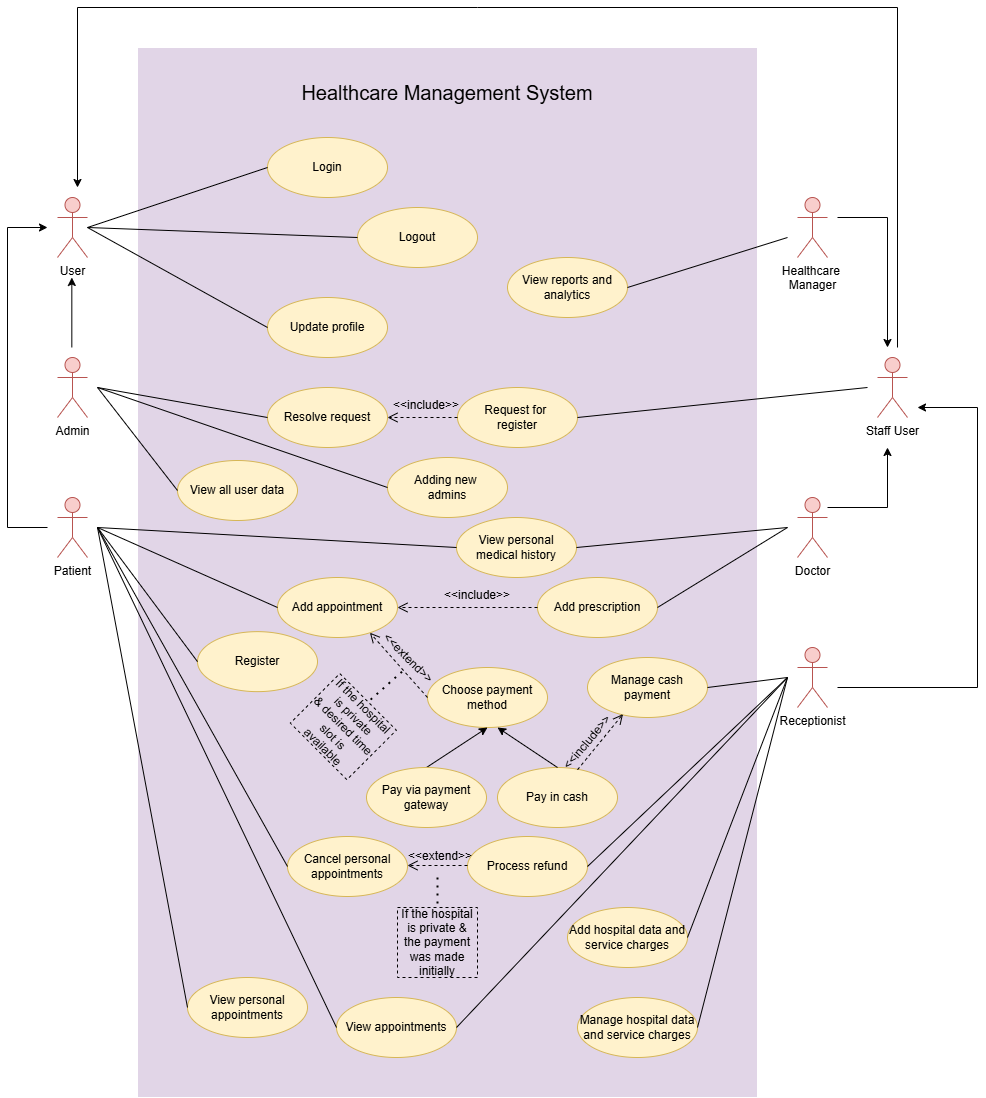
Above: docs/usecase-diagram/use-case-diagram.png in RadithSandeepa/healthcare-system (draw.io), before the change. Source tidied: cells renumbered, new cells last; positions are measured from the earlier drawing's top-left corner, leaving out a move shared by most shapes.
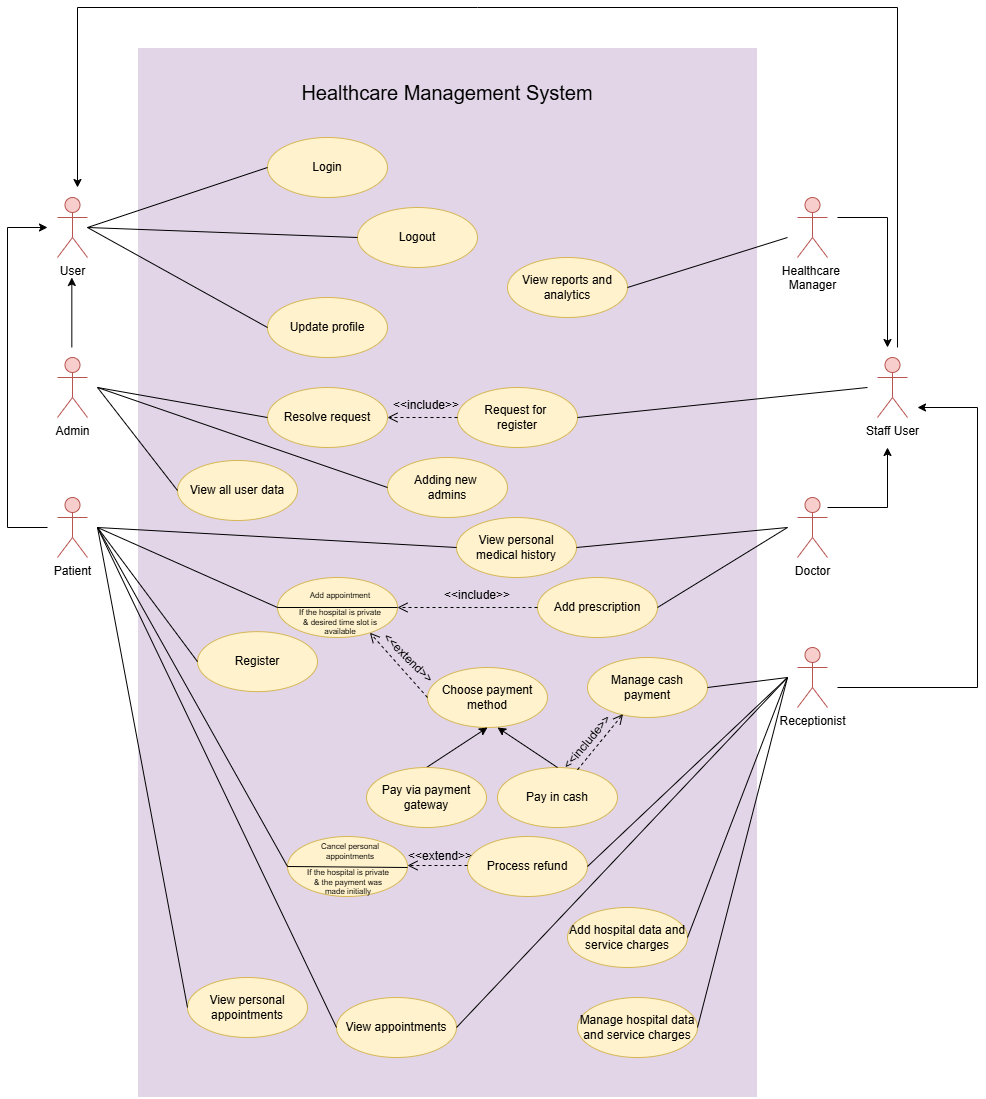
The same diagram one commit later.

Commit message:
Updated use-case-diagram

Diff of the diagram source:
```diff
@@ -150,10 +150,10 @@
         </Array>
       </mxGeometry>
     </mxCell>
-    <mxCell id="33" value="Add appointment" style="ellipse;whiteSpace=wrap;html=1;fillColor=#fff2cc;strokeColor=#d6b656;" parent="1" vertex="1">
+    <mxCell id="33" style="ellipse;whiteSpace=wrap;html=1;fillColor=#fff2cc;strokeColor=#d6b656;" parent="1" vertex="1">
       <mxGeometry x="270" y="570" width="120" height="60" as="geometry" />
     </mxCell>
-    <mxCell id="34" value="Cancel personal appointments" style="ellipse;whiteSpace=wrap;html=1;fillColor=#fff2cc;strokeColor=#d6b656;" parent="1" vertex="1">
+    <mxCell id="34" style="ellipse;whiteSpace=wrap;html=1;fillColor=#fff2cc;strokeColor=#d6b656;" parent="1" vertex="1">
       <mxGeometry x="280" y="829" width="120" height="60" as="geometry" />
     </mxCell>
     <mxCell id="35" value="View personal appointments" style="ellipse;whiteSpace=wrap;html=1;fillColor=#fff2cc;strokeColor=#d6b656;" parent="1" vertex="1">
@@ -279,12 +279,6 @@
     <mxCell id="67" style="html=1;verticalAlign=bottom;endArrow=open;dashed=1;endSize=8;curved=0;rounded=0;exitX=0.667;exitY=0.037;exitDx=0;exitDy=0;exitPerimeter=0;entryX=0.296;entryY=0.943;entryDx=0;entryDy=0;entryPerimeter=0;" parent="1" edge="1" source="62" target="64">
       <mxGeometry relative="1" as="geometry" />
     </mxCell>
-    <mxCell id="68" value="If the hospital is private &amp;amp;&amp;nbsp;desired time slot is available" style="text;html=1;align=center;verticalAlign=middle;whiteSpace=wrap;rounded=0;strokeColor=default;dashed=1;rotation=45;" parent="1" vertex="1">
-      <mxGeometry x="295.9" y="684.1" width="80" height="70" as="geometry" />
-    </mxCell>
-    <mxCell id="69" style="endArrow=none;dashed=1;html=1;dashPattern=1 3;strokeWidth=2;rounded=0;exitX=0.595;exitY=0.964;exitDx=0;exitDy=0;exitPerimeter=0;entryX=0.5;entryY=0;entryDx=0;entryDy=0;" parent="1" edge="1" source="59" target="68">
-      <mxGeometry relative="1" as="geometry" />
-    </mxCell>
     <mxCell id="70" value="Process refund" style="ellipse;whiteSpace=wrap;html=1;fillColor=#fff2cc;strokeColor=#d6b656;" parent="1" vertex="1">
       <mxGeometry x="460" y="829" width="120" height="60" as="geometry" />
     </mxCell>
@@ -302,13 +296,27 @@
         <mxPoint x="400" y="858" as="targetPoint" />
       </mxGeometry>
     </mxCell>
-    <mxCell id="74" style="endArrow=none;dashed=1;html=1;dashPattern=1 3;strokeWidth=2;rounded=0;entryX=0.5;entryY=0;entryDx=0;entryDy=0;" parent="1" edge="1" target="75">
-      <mxGeometry relative="1" as="geometry">
-        <mxPoint x="430" y="870" as="sourcePoint" />
-      </mxGeometry>
-    </mxCell>
+    <mxCell id="76" value="&lt;font style=&quot;font-size: 8px;&quot;&gt;Add appointment&lt;/font&gt;" style="text;html=1;align=center;verticalAlign=middle;whiteSpace=wrap;rounded=0;fontSize=8;" parent="1" vertex="1">
+      <mxGeometry x="293" y="573" width="80" height="30" as="geometry" />
+    </mxCell>
+    <mxCell id="77" style="endArrow=none;html=1;rounded=0;entryX=1;entryY=0.5;entryDx=0;entryDy=0;" parent="1" edge="1" target="33">
+      <mxGeometry relative="1" as="geometry">
+        <mxPoint x="270" y="600" as="sourcePoint" />
+      </mxGeometry>
+    </mxCell>
+    <mxCell id="68" value="&lt;span style=&quot;&quot;&gt;If the hospital is private &amp;amp;&amp;nbsp;desired time slot is available&lt;/span&gt;" style="text;html=1;align=center;verticalAlign=middle;whiteSpace=wrap;rounded=0;fontSize=8;" parent="1" vertex="1">
+      <mxGeometry x="290" y="600" width="86" height="30" as="geometry" />
+    </mxCell>
+    <mxCell id="78" style="endArrow=none;html=1;rounded=0;exitX=0;exitY=0.5;exitDx=0;exitDy=0;" parent="1" edge="1" source="34">
+      <mxGeometry relative="1" as="geometry">
+        <mxPoint x="400" y="860" as="targetPoint" />
+      </mxGeometry>
+    </mxCell>
-    <mxCell id="75" value="If the hospital is private &amp;amp; the payment was made initially" style="text;html=1;align=center;verticalAlign=middle;whiteSpace=wrap;rounded=0;strokeColor=default;dashed=1;rotation=0;" parent="1" vertex="1">
-      <mxGeometry x="390" y="900" width="80" height="70" as="geometry" />
+    <mxCell id="75" value="&lt;span style=&quot;&quot;&gt;If the hospital is private &amp;amp; the payment was made initially&lt;/span&gt;" style="text;html=1;align=center;verticalAlign=middle;whiteSpace=wrap;rounded=0;fontSize=8;" parent="1" vertex="1">
+      <mxGeometry x="298" y="860" width="86" height="30" as="geometry" />
     </mxCell>
+    <mxCell id="79" value="Cancel personal appointments" style="text;html=1;align=center;verticalAlign=middle;whiteSpace=wrap;rounded=0;fontSize=8;" parent="1" vertex="1">
+      <mxGeometry x="300" y="829" width="86" height="30" as="geometry" />
+    </mxCell>
   </root>
 </mxGraphModel>
```
